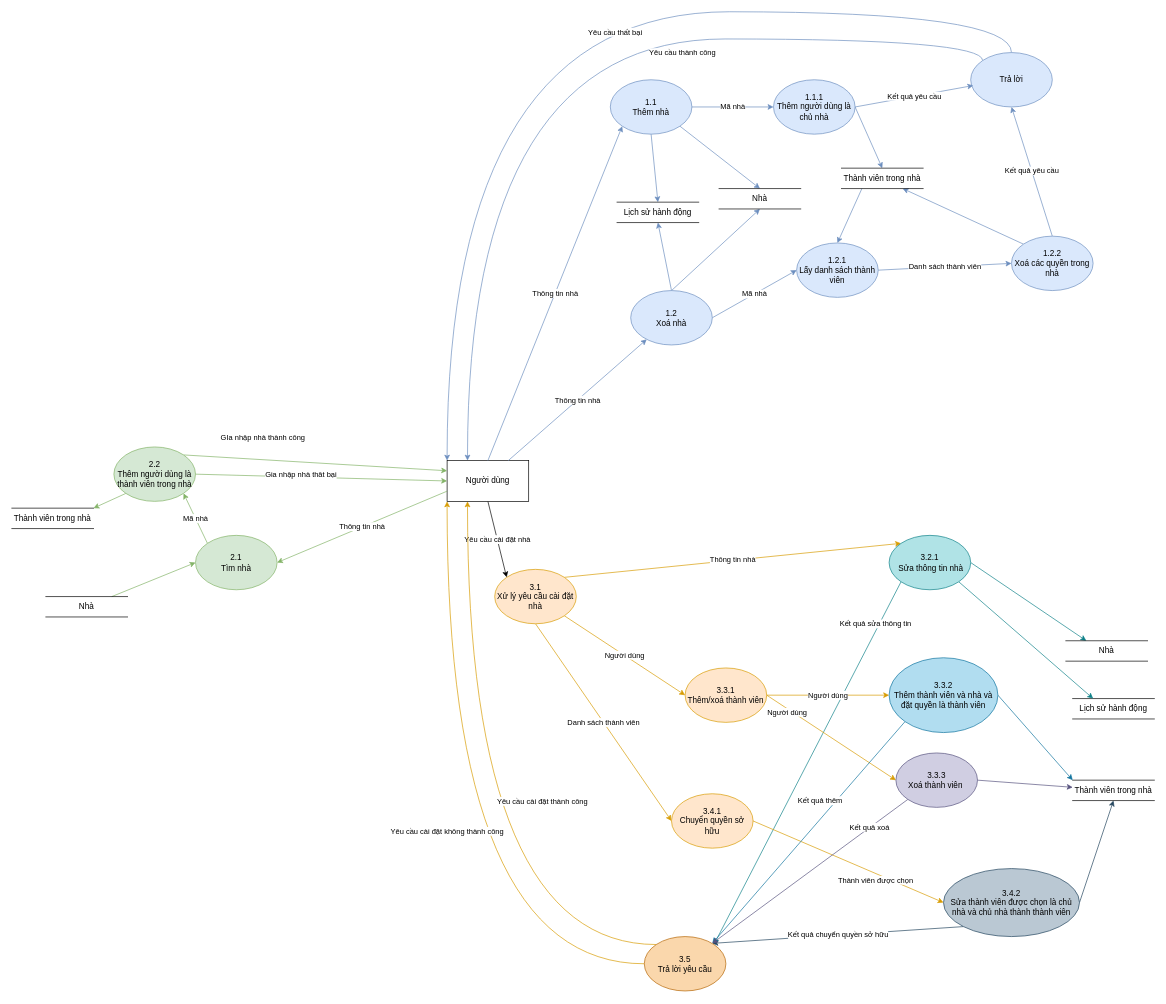
khanhdew/SmartHome keeps this draw.io diagram as page "DFD - Mức 2+3 - Hệ quản lý nhà" (10 of 12) of iotentities.drawio. Above is the earlier version. Source tidied: cells renumbered, new cells numbered last; positions are measured from the earlier drawing's top-left corner, leaving out a move shared by most shapes. Both pictures are drawn from the tidied source at 68%, with x=0, y=0 at pixel (12, 12).
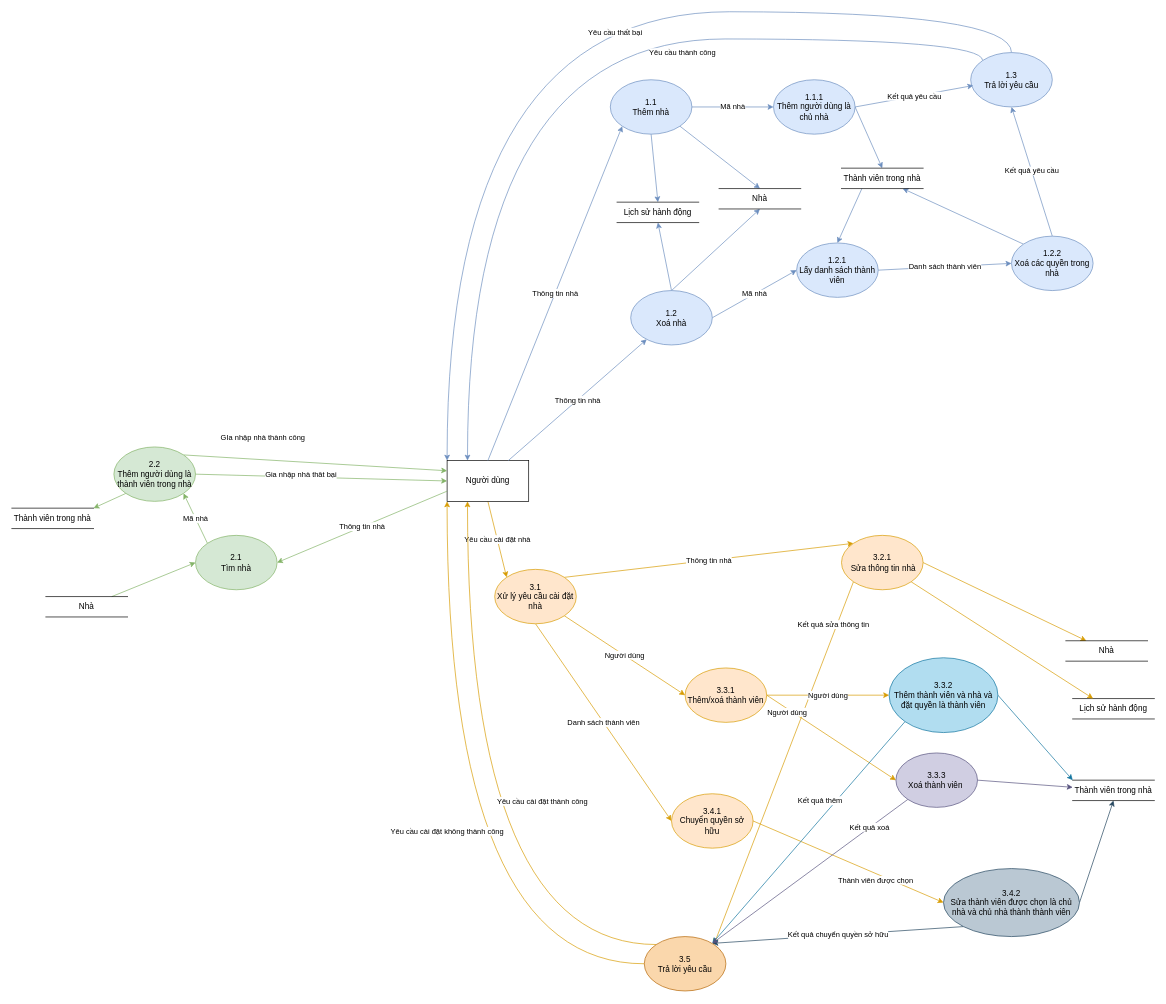
The same diagram, later.

The change refers to these unchanged cells:
```xml
<mxCell id="3" value="Người dùng" style="rounded=0;whiteSpace=wrap;html=1;" parent="1" vertex="1">
  <mxGeometry x="640" y="659.8" width="120" height="60" as="geometry" />
</mxCell>
<mxCell id="12" value="Lịch sử hành động" style="shape=partialRectangle;whiteSpace=wrap;html=1;left=0;right=0;fillColor=none;" parent="1" vertex="1">
  <mxGeometry x="1560" y="1009.8" width="120" height="30" as="geometry" />
</mxCell>
<mxCell id="43" value="&lt;div&gt;3.1&lt;/div&gt;Xử lý yêu cầu cài đặt nhà" style="ellipse;whiteSpace=wrap;html=1;fillColor=#ffe6cc;strokeColor=#d79b00;" parent="1" vertex="1">
  <mxGeometry x="710" y="819.8" width="120" height="80" as="geometry" />
</mxCell>
<mxCell id="53" value="Nhà" style="shape=partialRectangle;whiteSpace=wrap;html=1;left=0;right=0;fillColor=none;" parent="1" vertex="1">
  <mxGeometry x="1550" y="924.8" width="120" height="30" as="geometry" />
</mxCell>
<mxCell id="66" value="3.5&lt;div&gt;Trả lời yêu cầu&lt;/div&gt;" style="ellipse;whiteSpace=wrap;html=1;fillColor=#fad7ac;strokeColor=#b46504;" parent="1" vertex="1">
  <mxGeometry x="930" y="1359.8" width="120" height="80" as="geometry" />
</mxCell>
```

The edit, as a diff of the source:
```diff
@@
-    <mxCell id="2" value="Yêu cầu cài đặt nhà" style="rounded=0;jettySize=auto;html=1;exitX=0.5;exitY=1;exitDx=0;exitDy=0;entryX=0;entryY=0;entryDx=0;entryDy=0;" parent="1" edge="1" source="3" target="43">
+    <mxCell id="2" value="Yêu cầu cài đặt nhà" style="rounded=0;jettySize=auto;html=1;exitX=0.5;exitY=1;exitDx=0;exitDy=0;entryX=0;entryY=0;entryDx=0;entryDy=0;fillColor=#ffe6cc;strokeColor=#d79b00;" parent="1" edge="1" source="3" target="43">
       <mxGeometry relative="1" as="geometry" />
     </mxCell>
@@
-    <mxCell id="33" value="Trả lời" style="ellipse;whiteSpace=wrap;html=1;fillColor=#dae8fc;strokeColor=#6c8ebf;" parent="1" vertex="1">
+    <mxCell id="33" value="1.3&lt;div&gt;Trả lời yêu cầu&lt;/div&gt;" style="ellipse;whiteSpace=wrap;html=1;fillColor=#dae8fc;strokeColor=#6c8ebf;" parent="1" vertex="1">
       <mxGeometry x="1410" y="59.8" width="120" height="80" as="geometry" />
     </mxCell>
@@
-    <mxCell id="44" style="rounded=0;jettySize=auto;html=1;exitX=1;exitY=0.5;exitDx=0;exitDy=0;entryX=0.25;entryY=0;entryDx=0;entryDy=0;fillColor=#b0e3e6;strokeColor=#0e8088;" parent="1" edge="1" source="47" target="53">
+    <mxCell id="44" style="rounded=0;jettySize=auto;html=1;exitX=1;exitY=0.5;exitDx=0;exitDy=0;entryX=0.25;entryY=0;entryDx=0;entryDy=0;fillColor=#ffe6cc;strokeColor=#d79b00;" parent="1" edge="1" source="47" target="53">
       <mxGeometry relative="1" as="geometry" />
     </mxCell>
-    <mxCell id="45" style="rounded=0;jettySize=auto;html=1;exitX=1;exitY=1;exitDx=0;exitDy=0;entryX=0.25;entryY=0;entryDx=0;entryDy=0;fillColor=#b0e3e6;strokeColor=#0e8088;" parent="1" edge="1" source="47" target="12">
+    <mxCell id="45" style="rounded=0;jettySize=auto;html=1;exitX=1;exitY=1;exitDx=0;exitDy=0;entryX=0.25;entryY=0;entryDx=0;entryDy=0;fillColor=#ffe6cc;strokeColor=#d79b00;" parent="1" edge="1" source="47" target="12">
       <mxGeometry relative="1" as="geometry" />
     </mxCell>
-    <mxCell id="46" value="Kết quả sửa thông tin" style="rounded=0;jettySize=auto;html=1;exitX=0;exitY=1;exitDx=0;exitDy=0;entryX=1;entryY=0;entryDx=0;entryDy=0;fillColor=#b0e3e6;strokeColor=#0e8088;" parent="1" edge="1" source="47" target="66">
+    <mxCell id="46" value="Kết quả sửa thông tin" style="rounded=0;jettySize=auto;html=1;exitX=0;exitY=1;exitDx=0;exitDy=0;entryX=1;entryY=0;entryDx=0;entryDy=0;fillColor=#ffe6cc;strokeColor=#d79b00;" parent="1" edge="1" source="47" target="66">
       <mxGeometry x="-0.76" y="-5" relative="1" as="geometry" />
     </mxCell>
-    <mxCell id="47" value="3.2.1&lt;div&gt;&amp;nbsp;Sửa thông tin nhà&lt;/div&gt;" style="ellipse;whiteSpace=wrap;html=1;fillColor=#b0e3e6;strokeColor=#0e8088;" parent="1" vertex="1">
-      <mxGeometry x="1290" y="769.8" width="120" height="80" as="geometry" />
+    <mxCell id="47" value="3.2.1&lt;div&gt;&amp;nbsp;Sửa thông tin nhà&lt;/div&gt;" style="ellipse;whiteSpace=wrap;html=1;fillColor=#ffe6cc;strokeColor=#d79b00;" parent="1" vertex="1">
+      <mxGeometry x="1220" y="769.8" width="120" height="80" as="geometry" />
     </mxCell>
```
